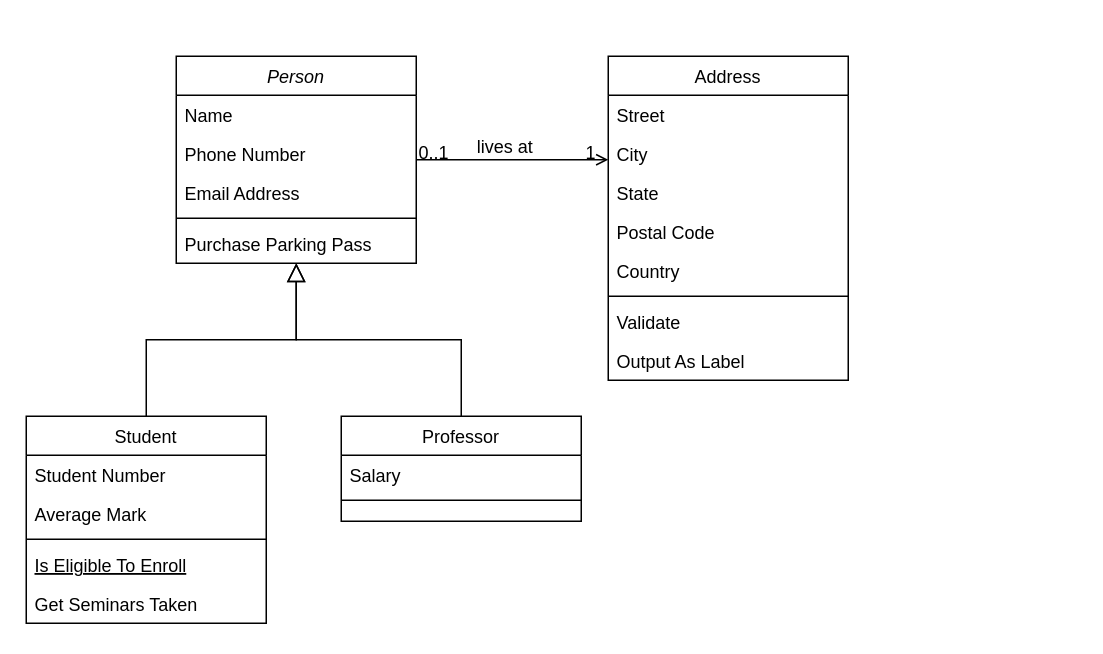
Earlier version of the draw.io diagram Aatrox/Untitled Diagram.drawio (jonasballweg/LivingStories). Source tidied: cells renumbered, new cells numbered last; positions are measured from the earlier drawing's top-left corner, leaving out a move shared by most shapes. Both pictures are drawn from the tidied source at 150%, with x=0, y=0 at pixel (26, 56).
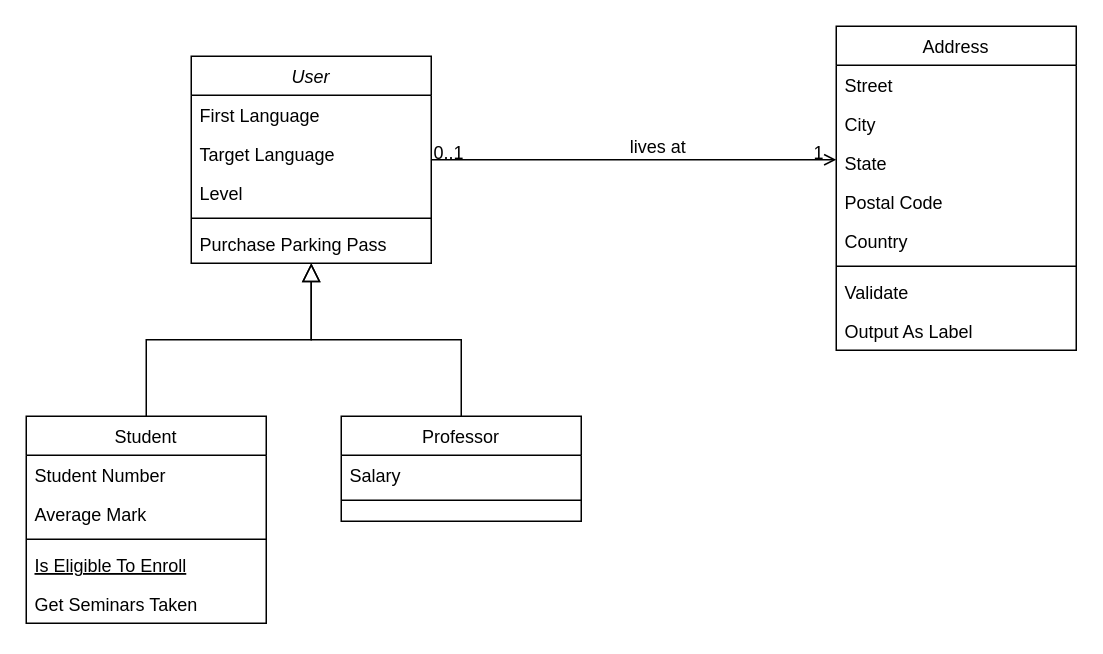
The same diagram, later.

Commit message:
High Level System illustation.drawio

Unchanged cells that the change refers to:
```xml
<mxCell id="28" style="endArrow=open;shadow=0;strokeWidth=1;rounded=0;curved=0;endFill=1;edgeStyle=elbowEdgeStyle;elbow=vertical;" parent="1" edge="1" source="2" target="19">
  <mxGeometry x="0.5" y="41" relative="1" as="geometry">
    <mxPoint x="-40" y="32" as="offset" />
  </mxGeometry>
</mxCell>
```

Change to the diagram source:
```diff
@@
-    <mxCell id="2" value="Person" style="swimlane;fontStyle=2;align=center;verticalAlign=top;horizontal=1;startSize=26;rounded=0;shadow=0;strokeWidth=1;" parent="1" vertex="1">
-      <mxGeometry x="100" width="160" height="138" as="geometry" />
+    <mxCell id="2" value="User" style="swimlane;fontStyle=2;align=center;verticalAlign=top;horizontal=1;startSize=26;rounded=0;shadow=0;strokeWidth=1;" parent="1" vertex="1">
+      <mxGeometry x="110" width="160" height="138" as="geometry" />
     </mxCell>
-    <mxCell id="3" value="Name" style="text;align=left;verticalAlign=top;spacingLeft=4;spacingRight=4;overflow=hidden;" parent="2" vertex="1">
+    <mxCell id="3" value="First Language" style="text;align=left;verticalAlign=top;spacingLeft=4;spacingRight=4;overflow=hidden;" parent="2" vertex="1">
       <mxGeometry y="26" width="160" height="26" as="geometry" />
     </mxCell>
-    <mxCell id="4" value="Phone Number" style="text;align=left;verticalAlign=top;spacingLeft=4;spacingRight=4;overflow=hidden;rounded=0;shadow=0;html=0;" parent="2" vertex="1">
+    <mxCell id="4" value="Target Language" style="text;align=left;verticalAlign=top;spacingLeft=4;spacingRight=4;overflow=hidden;rounded=0;shadow=0;html=0;" parent="2" vertex="1">
       <mxGeometry y="52" width="160" height="26" as="geometry" />
     </mxCell>
-    <mxCell id="5" value="Email Address" style="text;align=left;verticalAlign=top;spacingLeft=4;spacingRight=4;overflow=hidden;rounded=0;shadow=0;html=0;" parent="2" vertex="1">
+    <mxCell id="5" value="Level" style="text;align=left;verticalAlign=top;spacingLeft=4;spacingRight=4;overflow=hidden;rounded=0;shadow=0;html=0;" parent="2" vertex="1">
       <mxGeometry y="78" width="160" height="26" as="geometry" />
     </mxCell>
@@
     <mxCell id="19" value="Address" style="swimlane;fontStyle=0;align=center;verticalAlign=top;horizontal=1;startSize=26;rounded=0;shadow=0;strokeWidth=1;" parent="1" vertex="1">
-      <mxGeometry x="388" width="160" height="216" as="geometry" />
+      <mxGeometry x="540" y="-20" width="160" height="216" as="geometry" />
     </mxCell>
@@
     <mxCell id="31" value="lives at" style="text;html=1;align=center;verticalAlign=middle;labelBackgroundColor=none;rounded=0;shadow=0;strokeWidth=1;fontSize=12;" parent="28" vertex="1">
       <mxGeometry x="0.5" y="49" relative="1" as="geometry">
-        <mxPoint x="-38" y="40" as="offset" />
+        <mxPoint x="-53" y="40" as="offset" />
       </mxGeometry>
     </mxCell>
```
